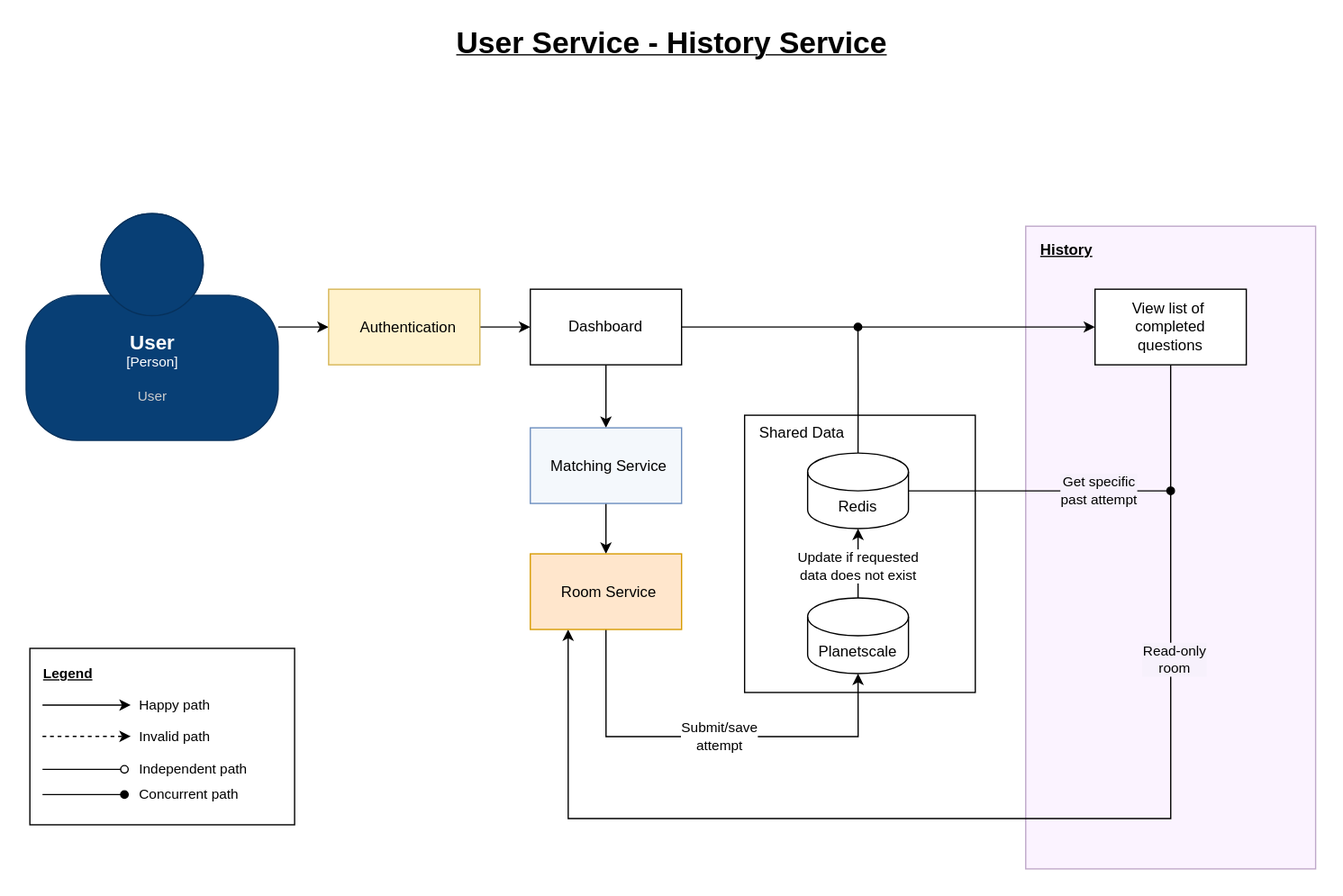
Before: docs/cs3219-g42-user-service-history.svg, a diagram exported from draw.io (CS3219-AY2223S1/cs3219-project-ay2223s1-g42). Source tidied: cells renumbered, new cells last; positions are measured from the earlier drawing's top-left corner, leaving out a move shared by most shapes. The source it was exported from:
```xml
<mxGraphModel background="#FFFFFF">
  <root>
    <mxCell id="0" />
    <mxCell id="1" parent="0" />
    <mxCell id="2" value="&lt;font style=&quot;font-size: 24px&quot;&gt;User Service - History Service&lt;/font&gt;" style="text;html=1;align=center;verticalAlign=middle;strokeColor=none;fillColor=none;fontStyle=5;" parent="1" vertex="1">
      <mxGeometry x="332" width="360" height="20" as="geometry" />
    </mxCell>
    <mxCell id="3" style="edgeStyle=none;html=1;" parent="1" edge="1" source="4" target="7">
      <mxGeometry relative="1" as="geometry" />
    </mxCell>
    <object id="4" label="&lt;font style=&quot;font-size: 16px&quot;&gt;&lt;b&gt;%c4Name%&lt;/b&gt;&lt;/font&gt;&lt;div&gt;[%c4Type%]&lt;/div&gt;&lt;br&gt;&lt;div&gt;&lt;font style=&quot;font-size: 11px&quot;&gt;&lt;font color=&quot;#cccccc&quot;&gt;%c4Description%&lt;/font&gt;&lt;/div&gt;" c4Description="User" c4Name="User" c4Type="Person" placeholders="1">
      <mxCell style="html=1;fontSize=11;dashed=0;whitespace=wrap;fillColor=#083F75;strokeColor=#06315C;fontColor=#ffffff;shape=mxgraph.c4.person2;align=center;points=[[0.5,0,0],[1,0.5,0],[1,0.75,0],[0.75,1,0],[0.5,1,0],[0.25,1,0],[0,0.75,0],[0,0.5,0]];" parent="1" vertex="1">
        <mxGeometry y="145" width="200" height="180" as="geometry" />
      </mxCell>
    </object>
    <mxCell id="5" value="&lt;span style=&quot;&quot;&gt;History&lt;/span&gt;" style="whiteSpace=wrap;html=1;align=left;verticalAlign=top;horizontal=1;spacingLeft=10;spacingTop=5;fontStyle=5;fillColor=#F8EBFF;strokeColor=#9673a6;opacity=60;" parent="1" vertex="1">
      <mxGeometry x="793" y="155" width="230" height="510" as="geometry" />
    </mxCell>
    <mxCell id="6" style="edgeStyle=none;html=1;" parent="1" edge="1" source="7" target="10">
      <mxGeometry relative="1" as="geometry" />
    </mxCell>
    <mxCell id="7" value="&lt;span&gt;&lt;span&gt;Authentication&amp;nbsp;&lt;/span&gt;&lt;/span&gt;" style="whiteSpace=wrap;html=1;align=center;verticalAlign=middle;horizontal=1;spacingLeft=10;spacingTop=2;fontStyle=0;fillColor=#fff2cc;strokeColor=#d6b656;" parent="1" vertex="1">
      <mxGeometry x="240" y="205" width="120" height="60" as="geometry" />
    </mxCell>
    <mxCell id="8" style="edgeStyle=none;html=1;" parent="1" edge="1" source="10" target="14">
      <mxGeometry relative="1" as="geometry" />
    </mxCell>
    <mxCell id="9" style="edgeStyle=orthogonalEdgeStyle;rounded=0;html=1;endArrow=classic;endFill=1;" parent="1" edge="1" source="10" target="16">
      <mxGeometry relative="1" as="geometry" />
    </mxCell>
    <mxCell id="10" value="Dashboard" style="whiteSpace=wrap;html=1;rounded=0;" parent="1" vertex="1">
      <mxGeometry x="400" y="205" width="120" height="60" as="geometry" />
    </mxCell>
    <mxCell id="11" style="html=1;entryX=0.25;entryY=1;entryDx=0;entryDy=0;edgeStyle=orthogonalEdgeStyle;rounded=0;exitX=0.5;exitY=1;exitDx=0;exitDy=0;" parent="1" edge="1" source="14" target="18">
      <mxGeometry relative="1" as="geometry">
        <Array as="points">
          <mxPoint x="908" y="625" />
          <mxPoint x="430" y="625" />
        </Array>
      </mxGeometry>
    </mxCell>
    <mxCell id="12" value="Read-only &lt;br&gt;room" style="edgeLabel;html=1;align=center;verticalAlign=middle;labelBackgroundColor=#F7F1FC;" parent="11" vertex="1">
      <mxGeometry x="-0.53" y="2" relative="1" as="geometry" />
    </mxCell>
    <mxCell id="13" value="Shared Data" style="rounded=0;whiteSpace=wrap;html=1;verticalAlign=top;align=left;spacingLeft=10;spacingBottom=5;" parent="1" vertex="1">
      <mxGeometry x="570" y="305" width="183" height="220" as="geometry" />
    </mxCell>
    <mxCell id="14" value="View list of&amp;nbsp;&lt;br&gt;completed &lt;br&gt;questions" style="whiteSpace=wrap;html=1;rounded=0;" parent="1" vertex="1">
      <mxGeometry x="848" y="205" width="120" height="60" as="geometry" />
    </mxCell>
    <mxCell id="15" style="edgeStyle=orthogonalEdgeStyle;rounded=0;html=1;endArrow=classic;endFill=1;" parent="1" edge="1" source="16" target="18">
      <mxGeometry relative="1" as="geometry" />
    </mxCell>
    <mxCell id="16" value="&lt;span&gt;Matching Service&lt;/span&gt;" style="whiteSpace=wrap;html=1;align=center;verticalAlign=middle;horizontal=1;spacingLeft=5;spacingTop=2;fontStyle=0;fillColor=#F4F8FC;strokeColor=#6c8ebf;" parent="1" vertex="1">
      <mxGeometry x="400" y="315" width="120" height="60" as="geometry" />
    </mxCell>
    <mxCell id="17" value="Submit/save&lt;br&gt;attempt" style="edgeStyle=orthogonalEdgeStyle;rounded=0;html=1;exitX=0.5;exitY=1;exitDx=0;exitDy=0;endArrow=classic;endFill=1;entryX=0.5;entryY=1;entryDx=0;entryDy=0;entryPerimeter=0;" parent="1" edge="1" source="18" target="31">
      <mxGeometry x="0.04" relative="1" as="geometry">
        <Array as="points">
          <mxPoint x="460" y="560" />
          <mxPoint x="660" y="560" />
        </Array>
      </mxGeometry>
    </mxCell>
    <mxCell id="18" value="&lt;span&gt;Room Service&lt;/span&gt;&lt;span style=&quot;&quot;&gt;&lt;br&gt;&lt;/span&gt;" style="whiteSpace=wrap;html=1;align=center;verticalAlign=middle;horizontal=1;spacingLeft=5;spacingTop=2;fontStyle=0;fillColor=#FFE6CC;strokeColor=#d79b00;" parent="1" vertex="1">
      <mxGeometry x="400" y="415" width="120" height="60" as="geometry" />
    </mxCell>
    <mxCell id="19" style="group;" parent="1" vertex="1">
      <mxGeometry x="3" y="490" width="215" height="140" as="geometry" />
    </mxCell>
    <mxCell id="20" value="&lt;span style=&quot;&quot;&gt;Legend&lt;/span&gt;" style="rounded=0;whiteSpace=wrap;html=1;labelBackgroundColor=none;comic=0;align=left;labelPadding=0;horizontal=1;labelPosition=center;verticalLabelPosition=middle;verticalAlign=top;spacingRight=0;spacingLeft=0;labelBorderColor=none;fontColor=none;noLabel=1;" parent="19" vertex="1">
      <mxGeometry width="210" height="140" as="geometry" />
    </mxCell>
    <mxCell id="21" style="endArrow=classic;html=1;rounded=0;labelBackgroundColor=default;strokeColor=default;fontFamily=Helvetica;fontSize=11;fontColor=default;shape=connector;endFill=1;" parent="19" edge="1">
      <mxGeometry relative="1" as="geometry">
        <mxPoint x="10" y="45" as="sourcePoint" />
        <mxPoint x="80" y="45" as="targetPoint" />
      </mxGeometry>
    </mxCell>
    <mxCell id="22" value="Happy path" style="text;html=1;align=left;verticalAlign=middle;strokeColor=none;fillColor=none;fontSize=11;fontFamily=Helvetica;fontColor=default;" parent="19" vertex="1">
      <mxGeometry x="85" y="30" width="80" height="30" as="geometry" />
    </mxCell>
    <mxCell id="23" style="endArrow=classic;html=1;rounded=0;labelBackgroundColor=default;strokeColor=default;fontFamily=Helvetica;fontSize=11;fontColor=default;shape=connector;endFill=1;dashed=1;" parent="19" edge="1">
      <mxGeometry relative="1" as="geometry">
        <mxPoint x="10" y="69.8" as="sourcePoint" />
        <mxPoint x="80" y="69.8" as="targetPoint" />
      </mxGeometry>
    </mxCell>
    <mxCell id="24" value="Invalid path" style="text;html=1;align=left;verticalAlign=middle;strokeColor=none;fillColor=none;fontSize=11;fontFamily=Helvetica;fontColor=default;" parent="19" vertex="1">
      <mxGeometry x="85" y="55" width="80" height="30" as="geometry" />
    </mxCell>
    <mxCell id="25" value="Legend" style="text;html=1;align=center;verticalAlign=middle;strokeColor=none;fillColor=none;fontSize=11;fontFamily=Helvetica;fontColor=default;fontStyle=5;" parent="19" vertex="1">
      <mxGeometry y="5" width="60" height="30" as="geometry" />
    </mxCell>
    <mxCell id="26" value="Independent path" style="text;html=1;align=left;verticalAlign=middle;strokeColor=none;fillColor=none;fontSize=11;fontFamily=Helvetica;fontColor=default;" parent="19" vertex="1">
      <mxGeometry x="85" y="86" width="100" height="20" as="geometry" />
    </mxCell>
    <mxCell id="27" style="endArrow=oval;html=1;rounded=0;labelBackgroundColor=default;strokeColor=default;fontFamily=Helvetica;fontSize=11;fontColor=default;shape=connector;endFill=0;" parent="19" edge="1">
      <mxGeometry relative="1" as="geometry">
        <mxPoint x="10" y="96" as="sourcePoint" />
        <mxPoint x="75" y="96" as="targetPoint" />
      </mxGeometry>
    </mxCell>
    <mxCell id="28" value="Concurrent path" style="text;html=1;align=left;verticalAlign=middle;strokeColor=none;fillColor=none;fontSize=11;fontFamily=Helvetica;fontColor=default;" parent="19" vertex="1">
      <mxGeometry x="85" y="106" width="90" height="20" as="geometry" />
    </mxCell>
    <mxCell id="29" style="endArrow=oval;html=1;rounded=0;labelBackgroundColor=default;strokeColor=default;fontFamily=Helvetica;fontSize=11;fontColor=default;shape=connector;endFill=1;" parent="19" edge="1">
      <mxGeometry relative="1" as="geometry">
        <mxPoint x="10" y="116" as="sourcePoint" />
        <mxPoint x="75" y="116" as="targetPoint" />
      </mxGeometry>
    </mxCell>
    <mxCell id="30" value="Update if requested &lt;br&gt;data does not exist" style="edgeStyle=none;html=1;exitX=0.5;exitY=0;exitDx=0;exitDy=0;exitPerimeter=0;entryX=0.5;entryY=1;entryDx=0;entryDy=0;entryPerimeter=0;" parent="1" edge="1" source="31" target="35">
      <mxGeometry x="-0.09" relative="1" as="geometry" />
    </mxCell>
    <mxCell id="31" value="Planetscale" style="shape=cylinder3;whiteSpace=wrap;html=1;boundedLbl=1;backgroundOutline=1;size=15;" parent="1" vertex="1">
      <mxGeometry x="620" y="450" width="80" height="60" as="geometry" />
    </mxCell>
    <mxCell id="32" style="edgeStyle=orthogonalEdgeStyle;rounded=0;html=1;exitX=0.5;exitY=0;exitDx=0;exitDy=0;exitPerimeter=0;endArrow=oval;endFill=1;" parent="1" edge="1" source="35">
      <mxGeometry relative="1" as="geometry">
        <mxPoint x="659.9" y="235" as="targetPoint" />
      </mxGeometry>
    </mxCell>
    <mxCell id="33" style="edgeStyle=orthogonalEdgeStyle;rounded=0;html=1;exitX=1;exitY=0.5;exitDx=0;exitDy=0;exitPerimeter=0;endArrow=oval;endFill=1;" parent="1" edge="1">
      <mxGeometry relative="1" as="geometry">
        <mxPoint x="695" y="365" as="sourcePoint" />
        <mxPoint x="908" y="365" as="targetPoint" />
      </mxGeometry>
    </mxCell>
    <mxCell id="34" value="Get specific&lt;br&gt;past attempt" style="edgeLabel;html=1;align=center;verticalAlign=middle;labelBackgroundColor=#F7F1FC;" parent="33" vertex="1">
      <mxGeometry x="0.46" y="1" relative="1" as="geometry" />
    </mxCell>
    <mxCell id="35" value="Redis" style="shape=cylinder3;whiteSpace=wrap;html=1;boundedLbl=1;backgroundOutline=1;size=15;" parent="1" vertex="1">
      <mxGeometry x="620" y="335" width="80" height="60" as="geometry" />
    </mxCell>
  </root>
</mxGraphModel>
```
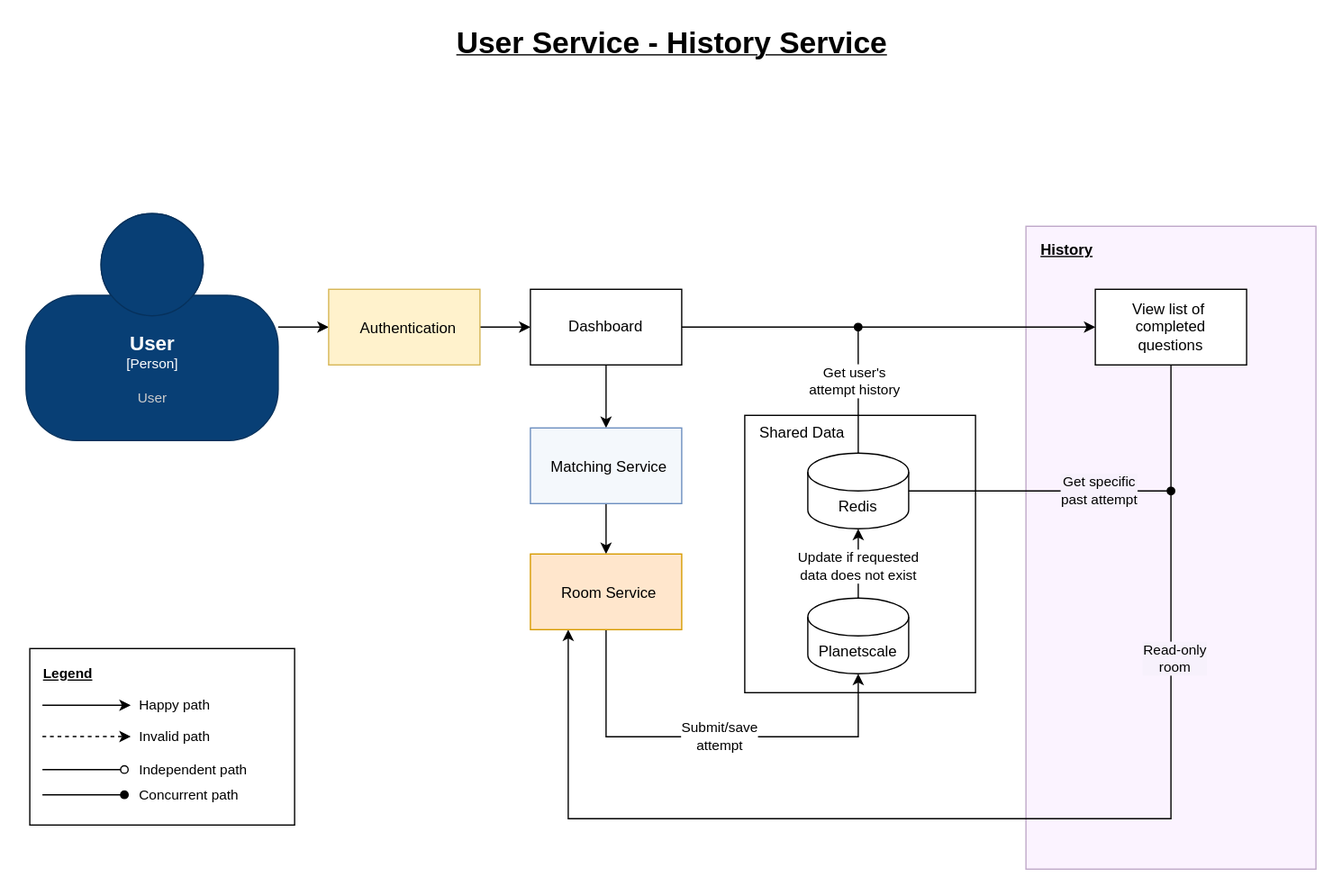
After the change.

Commit message:
docs: update history diagram

Change to the diagram source:
```diff
@@ -121,6 +121,9 @@
         <mxPoint x="659.9" y="235" as="targetPoint" />
       </mxGeometry>
     </mxCell>
+    <mxCell id="36" value="Get user's &lt;br&gt;attempt history" style="edgeLabel;html=1;align=center;verticalAlign=middle;" parent="32" vertex="1">
+      <mxGeometry x="0.16" y="3" relative="1" as="geometry" />
+    </mxCell>
     <mxCell id="33" style="edgeStyle=orthogonalEdgeStyle;rounded=0;html=1;exitX=1;exitY=0.5;exitDx=0;exitDy=0;exitPerimeter=0;endArrow=oval;endFill=1;" parent="1" edge="1">
       <mxGeometry relative="1" as="geometry">
         <mxPoint x="695" y="365" as="sourcePoint" />
```
